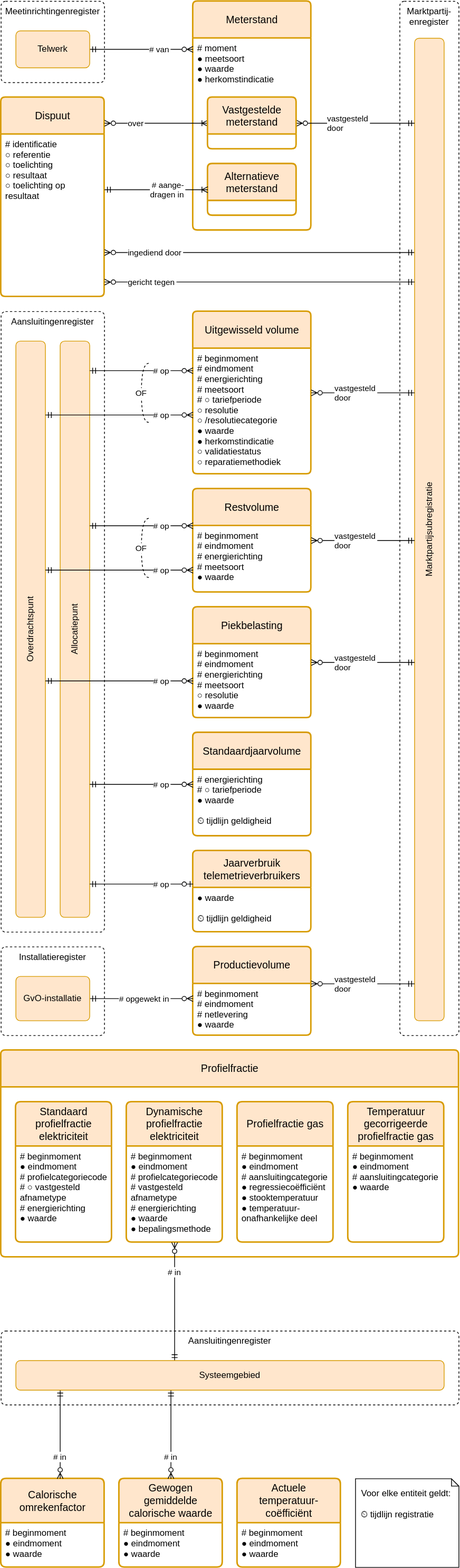
Above: registers/energie-uitwisselingsregister/1.4/energie-uitwisselingsregister.drawio.svg in netbeheernederland/stelsel (draw.io), before the change. Source tidied: cells renumbered, new cells last; positions are measured from the earlier drawing's top-left corner, leaving out a move shared by most shapes.
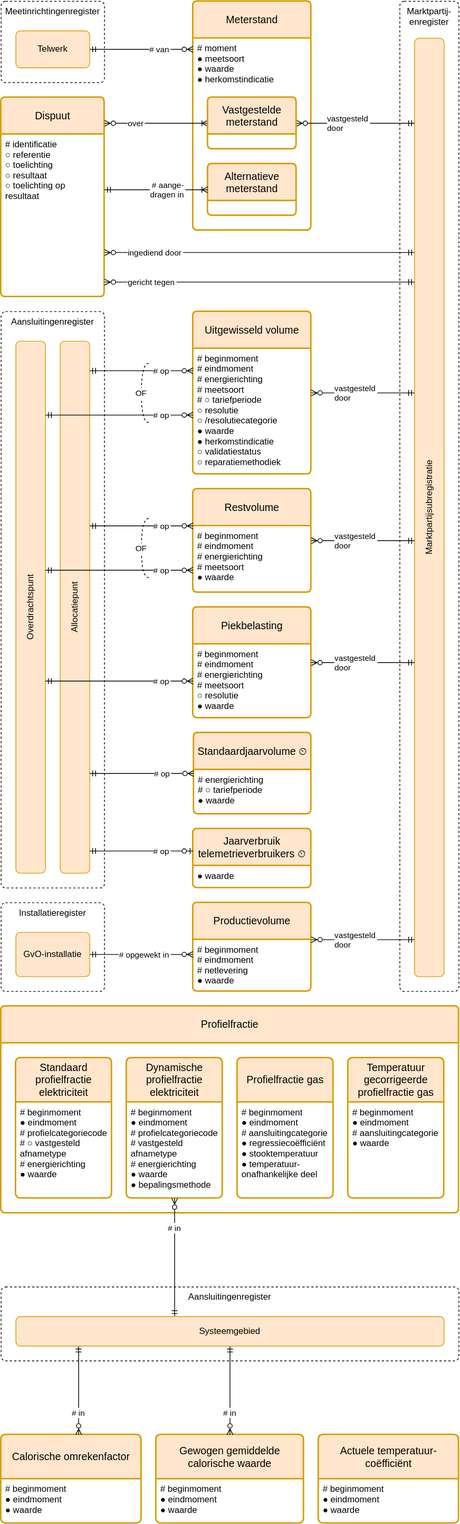
Above is the later version.

What changed in the source:
```diff
@@ -3,13 +3,13 @@
     <mxCell id="0" />
     <mxCell id="1" parent="0" />
     <mxCell id="2" value="Marktpartij-enregister" style="rounded=1;whiteSpace=wrap;verticalAlign=top;dashed=1;arcSize=12;absoluteArcSize=1;" parent="1" vertex="1">
-      <mxGeometry x="540" width="80" height="1400" as="geometry" />
+      <mxGeometry x="540" width="80" height="1340" as="geometry" />
     </mxCell>
     <mxCell id="3" value="Aansluitingenregister" style="rounded=1;whiteSpace=wrap;verticalAlign=top;dashed=1;arcSize=12;absoluteArcSize=1;" parent="1" vertex="1">
-      <mxGeometry y="420" width="140" height="840" as="geometry" />
+      <mxGeometry y="420" width="140" height="780" as="geometry" />
     </mxCell>
     <mxCell id="4" value="Allocatiepunt" style="rounded=1;arcSize=12;whiteSpace=wrap;align=center;fillColor=#ffe6cc;strokeColor=#d79b00;spacing=10;absoluteArcSize=1;horizontal=0;" parent="1" vertex="1">
-      <mxGeometry x="80" y="460" width="40" height="780" as="geometry" />
+      <mxGeometry x="80" y="460" width="40" height="720" as="geometry" />
     </mxCell>
     <mxCell id="5" value="Meterstand" style="swimlane;horizontal=1;startSize=50;rounded=1;fontSize=14;fontStyle=0;strokeWidth=2;shadow=0;dashed=0;align=center;arcSize=4;fillColor=#ffe6cc;strokeColor=#d79b00;whiteSpace=wrap;" parent="1" vertex="1">
       <mxGeometry x="260" width="160" height="310" as="geometry" />
@@ -21,13 +21,13 @@
       <mxGeometry width="140" height="110" as="geometry" />
     </mxCell>
     <mxCell id="8" value="Aansluitingenregister" style="rounded=1;whiteSpace=wrap;verticalAlign=top;dashed=1;arcSize=12;absoluteArcSize=1;" parent="1" vertex="1">
-      <mxGeometry y="1800" width="620" height="100" as="geometry" />
+      <mxGeometry y="1740" width="620" height="100" as="geometry" />
     </mxCell>
     <mxCell id="9" value="Overdrachtspunt" style="rounded=1;arcSize=12;whiteSpace=wrap;align=center;fillColor=#ffe6cc;strokeColor=#d79b00;spacing=10;absoluteArcSize=1;horizontal=0;" parent="1" vertex="1">
-      <mxGeometry x="20" y="460" width="40" height="780" as="geometry" />
+      <mxGeometry x="20" y="460" width="40" height="720" as="geometry" />
     </mxCell>
     <mxCell id="10" value="Installatieregister" style="rounded=1;whiteSpace=wrap;verticalAlign=top;dashed=1;arcSize=12;absoluteArcSize=1;" parent="1" vertex="1">
-      <mxGeometry y="1280" width="140" height="120" as="geometry" />
+      <mxGeometry y="1220" width="140" height="120" as="geometry" />
     </mxCell>
     <mxCell id="11" value="Uitgewisseld volume" style="swimlane;horizontal=1;startSize=50;rounded=1;fontSize=14;fontStyle=0;strokeWidth=2;shadow=0;dashed=0;align=center;arcSize=4;fillColor=#ffe6cc;strokeColor=#d79b00;whiteSpace=wrap;spacing=10;" parent="1" vertex="1">
       <mxGeometry x="260" y="420" width="160" height="220" as="geometry" />
@@ -81,11 +81,8 @@
         </Array>
       </mxGeometry>
     </mxCell>
-    <mxCell id="22" value="Voor elke entiteit geldt:&#10;&#10;⏲ tijdlijn registratie" style="shape=note;whiteSpace=wrap;backgroundOutline=1;darkOpacity=0.05;align=left;size=10;spacing=8;verticalAlign=top;" parent="1" vertex="1">
-      <mxGeometry x="480" y="2000" width="140" height="120" as="geometry" />
-    </mxCell>
     <mxCell id="23" value="Productievolume" style="swimlane;horizontal=1;startSize=50;rounded=1;fontSize=14;fontStyle=0;strokeWidth=2;shadow=0;dashed=0;align=center;arcSize=4;fillColor=#ffe6cc;strokeColor=#d79b00;whiteSpace=wrap;spacing=10;" parent="1" vertex="1">
-      <mxGeometry x="260" y="1280" width="160" height="120" as="geometry" />
+      <mxGeometry x="260" y="1220" width="160" height="120" as="geometry" />
     </mxCell>
     <mxCell id="24" value="# beginmoment&#10;# eindmoment&#10;# netlevering&#10;● waarde" style="align=left;strokeColor=none;fillColor=none;spacingLeft=4;fontSize=12;verticalAlign=top;" parent="23" vertex="1">
       <mxGeometry y="50" width="160" height="70" as="geometry" />
@@ -118,31 +115,31 @@
       </mxGeometry>
     </mxCell>
     <mxCell id="29" value="GvO-installatie" style="rounded=1;arcSize=12;whiteSpace=wrap;align=center;fillColor=#ffe6cc;strokeColor=#d79b00;absoluteArcSize=1;spacing=10;" parent="1" vertex="1">
-      <mxGeometry x="20" y="1320" width="100" height="60" as="geometry" />
+      <mxGeometry x="20" y="1260" width="100" height="60" as="geometry" />
     </mxCell>
-    <mxCell id="30" value="Standaardjaarvolume" style="swimlane;horizontal=1;startSize=50;rounded=1;fontSize=14;fontStyle=0;strokeWidth=2;shadow=0;dashed=0;align=center;arcSize=4;fillColor=#ffe6cc;strokeColor=#d79b00;whiteSpace=wrap;" parent="1" vertex="1">
-      <mxGeometry x="260" y="990" width="160" height="140" as="geometry" />
+    <mxCell id="30" value="Standaardjaarvolume ⏲" style="swimlane;horizontal=1;startSize=50;rounded=1;fontSize=14;fontStyle=0;strokeWidth=2;shadow=0;dashed=0;align=center;arcSize=4;fillColor=#ffe6cc;strokeColor=#d79b00;whiteSpace=wrap;spacing=10;" parent="1" vertex="1">
+      <mxGeometry x="261" y="990" width="159" height="110" as="geometry" />
     </mxCell>
-    <mxCell id="31" value="# energierichting&#10;# ○ tariefperiode&#10;● waarde&#10;&#10;⏲ tijdlijn geldigheid" style="align=left;strokeColor=none;fillColor=none;spacingLeft=4;fontSize=12;verticalAlign=top;" parent="30" vertex="1">
-      <mxGeometry y="50" width="160" height="90" as="geometry" />
+    <mxCell id="31" value="# energierichting&#10;# ○ tariefperiode&#10;● waarde" style="align=left;strokeColor=none;fillColor=none;spacingLeft=4;fontSize=12;verticalAlign=top;" parent="30" vertex="1">
+      <mxGeometry y="50" width="159" height="60" as="geometry" />
     </mxCell>
     <mxCell id="32" value="# op" style="rounded=0;jettySize=auto;endArrow=ERmandOne;endFill=0;startArrow=ERzeroToMany;startFill=0;align=right;edgeStyle=elbowEdgeStyle;elbow=vertical;" parent="1" edge="1" source="30" target="4">
       <mxGeometry x="-0.57" relative="1" as="geometry" />
     </mxCell>
     <mxCell id="33" value="Profielfractie" style="swimlane;horizontal=1;startSize=50;rounded=1;fontSize=14;fontStyle=0;strokeWidth=2;shadow=0;dashed=0;align=center;arcSize=4;fillColor=#ffe6cc;strokeColor=#d79b00;whiteSpace=wrap;" parent="1" vertex="1">
-      <mxGeometry y="1420" width="620" height="280" as="geometry" />
+      <mxGeometry y="1360" width="620" height="280" as="geometry" />
     </mxCell>
     <mxCell id="34" value=" " style="align=left;strokeColor=none;fillColor=none;spacingLeft=4;fontSize=12;verticalAlign=top;" parent="33" vertex="1">
       <mxGeometry y="50" width="620" height="230" as="geometry" />
     </mxCell>
     <mxCell id="35" value="Dynamische profielfractie elektriciteit" style="swimlane;horizontal=1;startSize=60;rounded=1;fontSize=14;fontStyle=0;strokeWidth=2;shadow=0;dashed=0;align=center;arcSize=4;fillColor=#ffe6cc;strokeColor=#d79b00;whiteSpace=wrap;spacing=10;" parent="1" vertex="1">
-      <mxGeometry x="170" y="1490" width="130" height="190" as="geometry" />
+      <mxGeometry x="170" y="1430" width="130" height="190" as="geometry" />
     </mxCell>
     <mxCell id="36" value="# beginmoment&#10;● eindmoment&#10;# profielcategoriecode&#10;# vastgesteld&#10;   afnametype&#10;# energierichting&#10;● waarde&#10;● bepalingsmethode" style="align=left;strokeColor=none;fillColor=none;spacingLeft=4;fontSize=12;verticalAlign=top;" parent="35" vertex="1">
       <mxGeometry y="60" width="130" height="130" as="geometry" />
     </mxCell>
     <mxCell id="37" value="Profielfractie gas" style="swimlane;horizontal=1;startSize=60;rounded=1;fontSize=14;fontStyle=0;strokeWidth=2;shadow=0;dashed=0;align=center;arcSize=4;fillColor=#ffe6cc;strokeColor=#d79b00;whiteSpace=wrap;spacing=10;" parent="1" vertex="1">
-      <mxGeometry x="320" y="1490" width="130" height="190" as="geometry" />
+      <mxGeometry x="320" y="1430" width="130" height="190" as="geometry" />
     </mxCell>
     <mxCell id="38" value="# beginmoment&#10;● eindmoment&#10;# aansluitingcategorie&#10;● regressiecoëfficiënt&#10;● stooktemperatuur&#10;● temperatuur-&#10;   onafhankelijke deel" style="align=left;strokeColor=none;fillColor=none;spacingLeft=4;fontSize=12;verticalAlign=top;" parent="37" vertex="1">
       <mxGeometry y="60" width="130" height="130" as="geometry" />
@@ -151,43 +148,43 @@
       <mxGeometry x="0.5" relative="1" as="geometry" />
     </mxCell>
     <mxCell id="40" value="Temperatuur gecorrigeerde profielfractie gas" style="swimlane;horizontal=1;startSize=60;rounded=1;fontSize=14;fontStyle=0;strokeWidth=2;shadow=0;dashed=0;align=center;arcSize=4;fillColor=#ffe6cc;strokeColor=#d79b00;whiteSpace=wrap;spacing=10;" parent="1" vertex="1">
-      <mxGeometry x="470" y="1490" width="130" height="190" as="geometry" />
+      <mxGeometry x="470" y="1430" width="130" height="190" as="geometry" />
     </mxCell>
     <mxCell id="41" value="# beginmoment&#10;● eindmoment&#10;# aansluitingcategorie&#10;● waarde" style="align=left;strokeColor=none;fillColor=none;spacingLeft=4;fontSize=12;verticalAlign=top;" parent="40" vertex="1">
       <mxGeometry y="60" width="130" height="130" as="geometry" />
     </mxCell>
     <mxCell id="42" value="Calorische omrekenfactor" style="swimlane;horizontal=1;startSize=60;rounded=1;fontSize=14;fontStyle=0;strokeWidth=2;shadow=0;dashed=0;align=center;arcSize=4;fillColor=#ffe6cc;strokeColor=#d79b00;whiteSpace=wrap;spacing=10;" parent="1" vertex="1">
-      <mxGeometry y="2000" width="140" height="120" as="geometry" />
+      <mxGeometry y="1940" width="190" height="120" as="geometry" />
     </mxCell>
     <mxCell id="43" value="# beginmoment&#10;● eindmoment&#10;● waarde" style="align=left;strokeColor=none;fillColor=none;spacingLeft=4;fontSize=12;verticalAlign=top;" parent="42" vertex="1">
-      <mxGeometry y="60" width="140" height="60" as="geometry" />
+      <mxGeometry y="60" width="190" height="60" as="geometry" />
     </mxCell>
     <mxCell id="44" value="# in" style="endArrow=ERmandOne;rounded=0;endFill=0;startArrow=ERzeroToMany;startFill=0;edgeStyle=elbowEdgeStyle;align=center;" parent="1" edge="1" source="42" target="52">
       <mxGeometry x="-0.5" relative="1" as="geometry" />
     </mxCell>
     <mxCell id="45" value="Gewogen gemiddelde calorische waarde" style="swimlane;horizontal=1;startSize=60;rounded=1;fontSize=14;fontStyle=0;strokeWidth=2;shadow=0;dashed=0;align=center;arcSize=4;fillColor=#ffe6cc;strokeColor=#d79b00;whiteSpace=wrap;spacing=10;" parent="1" vertex="1">
-      <mxGeometry x="160" y="2000" width="140" height="120" as="geometry" />
+      <mxGeometry x="210" y="1940" width="200" height="120" as="geometry" />
     </mxCell>
     <mxCell id="46" value="# beginmoment&#10;● eindmoment&#10;● waarde" style="align=left;strokeColor=none;fillColor=none;spacingLeft=4;fontSize=12;verticalAlign=top;" parent="45" vertex="1">
-      <mxGeometry y="60" width="140" height="60" as="geometry" />
+      <mxGeometry y="60" width="200" height="60" as="geometry" />
     </mxCell>
     <mxCell id="47" value="# in" style="endArrow=ERmandOne;rounded=0;endFill=0;startArrow=ERzeroToMany;startFill=0;edgeStyle=elbowEdgeStyle;align=center;" parent="1" edge="1" source="45" target="52">
       <mxGeometry x="-0.5" relative="1" as="geometry" />
     </mxCell>
     <mxCell id="48" value="Standaard profielfractie elektriciteit" style="swimlane;horizontal=1;startSize=60;rounded=1;fontSize=14;fontStyle=0;strokeWidth=2;shadow=0;dashed=0;align=center;arcSize=4;fillColor=#ffe6cc;strokeColor=#d79b00;whiteSpace=wrap;spacing=10;" parent="1" vertex="1">
-      <mxGeometry x="20" y="1490" width="130" height="190" as="geometry" />
+      <mxGeometry x="20" y="1430" width="130" height="190" as="geometry" />
     </mxCell>
     <mxCell id="49" value="# beginmoment&#10;● eindmoment&#10;# profielcategoriecode&#10;# ○ vastgesteld&#10;   afnametype&#10;# energierichting&#10;● waarde" style="align=left;strokeColor=none;fillColor=none;spacingLeft=4;fontSize=12;verticalAlign=top;" parent="48" vertex="1">
       <mxGeometry y="60" width="130" height="130" as="geometry" />
     </mxCell>
     <mxCell id="50" value="Actuele temperatuur-coëfficiënt" style="swimlane;horizontal=1;startSize=60;rounded=1;fontSize=14;fontStyle=0;strokeWidth=2;shadow=0;dashed=0;align=center;arcSize=4;fillColor=#ffe6cc;strokeColor=#d79b00;whiteSpace=wrap;spacing=10;" parent="1" vertex="1">
-      <mxGeometry x="320" y="2000" width="140" height="120" as="geometry" />
+      <mxGeometry x="430" y="1940" width="190" height="120" as="geometry" />
     </mxCell>
     <mxCell id="51" value="# beginmoment&#10;● eindmoment&#10;● waarde" style="align=left;strokeColor=none;fillColor=none;spacingLeft=4;fontSize=12;verticalAlign=top;" parent="50" vertex="1">
-      <mxGeometry y="60" width="140" height="60" as="geometry" />
+      <mxGeometry y="60" width="190" height="60" as="geometry" />
     </mxCell>
     <mxCell id="52" value="Systeemgebied" style="rounded=1;arcSize=12;whiteSpace=wrap;align=center;fillColor=#ffe6cc;strokeColor=#d79b00;absoluteArcSize=1;" parent="1" vertex="1">
-      <mxGeometry x="20" y="1840" width="580" height="40" as="geometry" />
+      <mxGeometry x="20" y="1780" width="580" height="40" as="geometry" />
     </mxCell>
     <mxCell id="53" value="Dispuut" style="swimlane;horizontal=1;startSize=50;rounded=1;fontSize=14;fontStyle=0;strokeWidth=2;shadow=0;dashed=0;align=center;arcSize=4;fillColor=#ffe6cc;strokeColor=#d79b00;whiteSpace=wrap;" parent="1" vertex="1">
       <mxGeometry y="130" width="140" height="270" as="geometry" />
@@ -208,17 +205,17 @@
     <mxCell id="57" value="Telwerk" style="rounded=1;arcSize=12;whiteSpace=wrap;align=center;fillColor=#ffe6cc;strokeColor=#d79b00;spacing=10;absoluteArcSize=1;horizontal=1;" parent="1" vertex="1">
       <mxGeometry x="20" y="40" width="100" height="50" as="geometry" />
     </mxCell>
-    <mxCell id="58" value="Jaarverbruik telemetrieverbruikers" style="swimlane;horizontal=1;startSize=50;rounded=1;fontSize=14;fontStyle=0;strokeWidth=2;shadow=0;dashed=0;align=center;arcSize=4;fillColor=#ffe6cc;strokeColor=#d79b00;whiteSpace=wrap;spacing=10;" parent="1" vertex="1">
-      <mxGeometry x="260" y="1150" width="160" height="110" as="geometry" />
+    <mxCell id="58" value="Jaarverbruik telemetrieverbruikers ⏲" style="swimlane;horizontal=1;startSize=50;rounded=1;fontSize=14;fontStyle=0;strokeWidth=2;shadow=0;dashed=0;align=center;arcSize=4;fillColor=#ffe6cc;strokeColor=#d79b00;whiteSpace=wrap;spacing=10;" parent="1" vertex="1">
+      <mxGeometry x="260" y="1120" width="160" height="80" as="geometry" />
     </mxCell>
-    <mxCell id="59" value="● waarde&#10;&#10;⏲ tijdlijn geldigheid" style="align=left;strokeColor=none;fillColor=none;spacingLeft=4;fontSize=12;verticalAlign=top;" parent="58" vertex="1">
-      <mxGeometry y="50" width="160" height="60" as="geometry" />
+    <mxCell id="59" value="● waarde" style="align=left;strokeColor=none;fillColor=none;spacingLeft=4;fontSize=12;verticalAlign=top;" parent="58" vertex="1">
+      <mxGeometry y="50" width="160" height="30" as="geometry" />
     </mxCell>
     <mxCell id="60" value="# op" style="rounded=0;jettySize=auto;endArrow=ERmandOne;endFill=0;startArrow=ERzeroToOne;startFill=0;align=right;edgeStyle=elbowEdgeStyle;elbow=vertical;" parent="1" edge="1" source="58" target="4">
       <mxGeometry x="-0.57" relative="1" as="geometry" />
     </mxCell>
     <mxCell id="61" value="Marktpartijsubregistratie" style="rounded=1;arcSize=12;whiteSpace=wrap;align=center;fillColor=#ffe6cc;strokeColor=#d79b00;spacing=10;absoluteArcSize=1;horizontal=0;" parent="1" vertex="1">
-      <mxGeometry x="560" y="50" width="40" height="1330" as="geometry" />
+      <mxGeometry x="560" y="50" width="40" height="1270" as="geometry" />
     </mxCell>
     <mxCell id="62" value="vastgesteld&#10;door" style="endArrow=ERzeroToMany;rounded=0;startArrow=ERmandOne;startFill=0;endFill=0;edgeStyle=elbowEdgeStyle;align=left;verticalAlign=middle;elbow=vertical;" parent="1" edge="1" source="61" target="71">
       <mxGeometry x="0.5" relative="1" as="geometry" />
```
